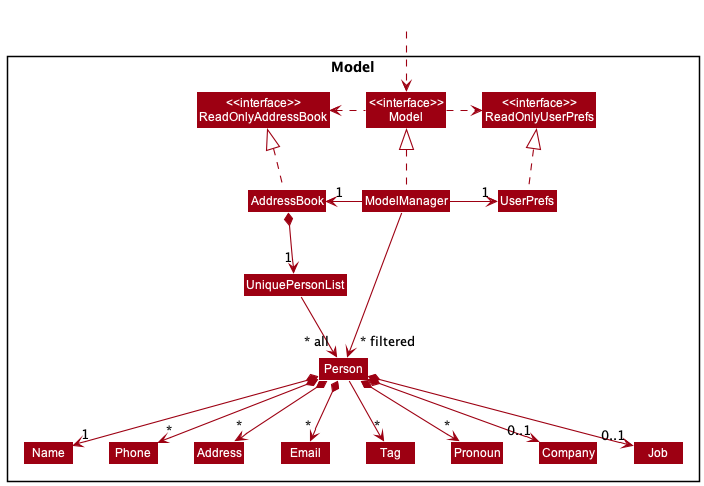
Before: docs/images/ModelClassDiagram.png, a diagram exported from PlantUML (tonishka/tp). The source it was exported from:
```plantuml
@startuml
!include style.puml
skinparam arrowThickness 1.1
skinparam arrowColor MODEL_COLOR
skinparam classBackgroundColor MODEL_COLOR

Package Model <<Rectangle>>{
Class "<<interface>>\nReadOnlyAddressBook" as ReadOnlyAddressBook
Class "<<interface>>\nReadOnlyUserPrefs" as ReadOnlyUserPrefs
Class "<<interface>>\nModel" as Model
Class AddressBook
Class ModelManager
Class UserPrefs

Class UniquePersonList
Class Person
Class Address
Class Email
Class Name
Class Phone
Class Tag
Class Pronoun
Class Company
Class Job
}

Class HiddenOutside #FFFFFF
HiddenOutside ..> Model

AddressBook .up.|> ReadOnlyAddressBook

ModelManager .up.|> Model
Model .right.> ReadOnlyUserPrefs
Model .left.> ReadOnlyAddressBook
ModelManager -left-> "1" AddressBook
ModelManager -right-> "1" UserPrefs
UserPrefs .up.|> ReadOnlyUserPrefs

AddressBook *--> "1" UniquePersonList
UniquePersonList --> "~* all" Person
Person *--> "1" Name
Person *--> "*" Phone
Person *--> "*" Email
Person *--> "*" Address
Person *--> "0..1" Company
Person *--> "*" Pronoun
Person *--> "0..1" Job
Person --> "*" Tag

Name -[hidden]right-> Phone
Phone -[hidden]right-> Address
Address -[hidden]right-> Email

ModelManager -->"~* filtered" Person
@enduml
```
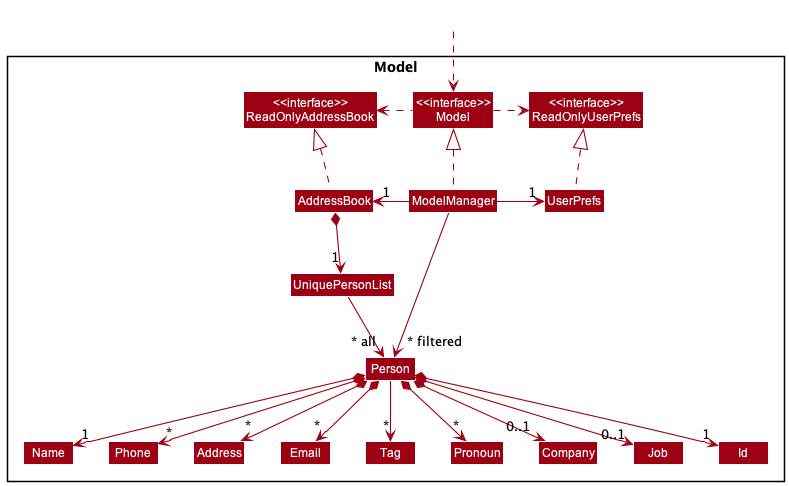
After the commit.

Commit message:
Update Model Class Diagrams

What changed in the source:
```diff
@@ -22,6 +22,7 @@
 Class Pronoun
 Class Company
 Class Job
+Class Id
 }
 
 Class HiddenOutside #FFFFFF
@@ -46,6 +47,7 @@
 Person *--> "*" Pronoun
 Person *--> "0..1" Job
 Person --> "*" Tag
+Person *--> "1" Id
 
 Name -[hidden]right-> Phone
 Phone -[hidden]right-> Address
```
